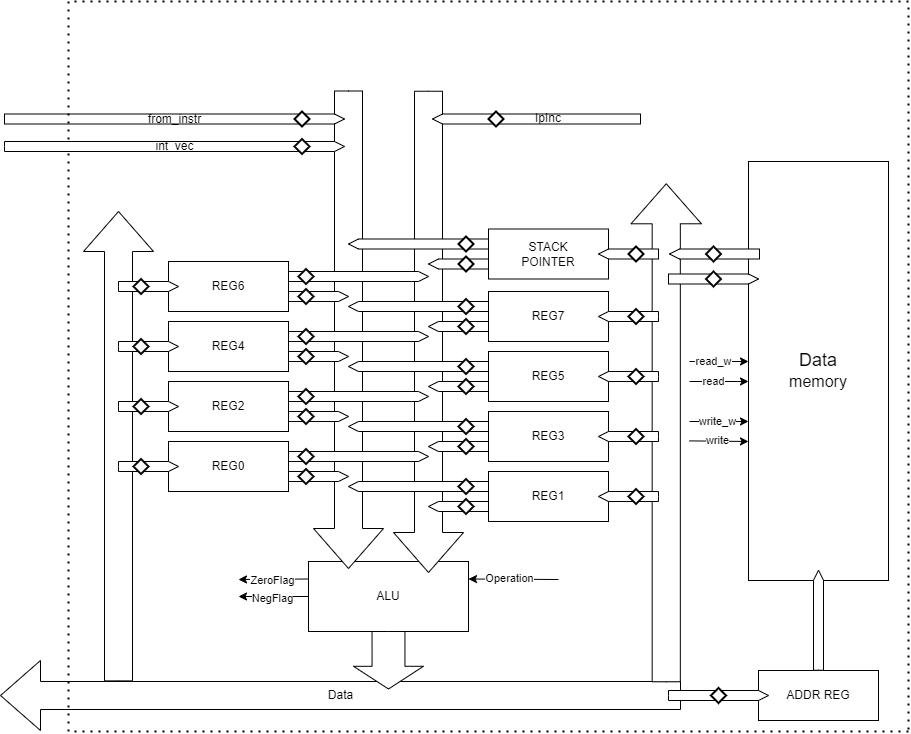
Above: diagrams/datapath_diagram.png in Lannee/ComputerArchitectureLab3 (draw.io), before the change. Source tidied: cells renumbered, new cells last; positions are measured from the earlier drawing's top-left corner, leaving out a move shared by most shapes.
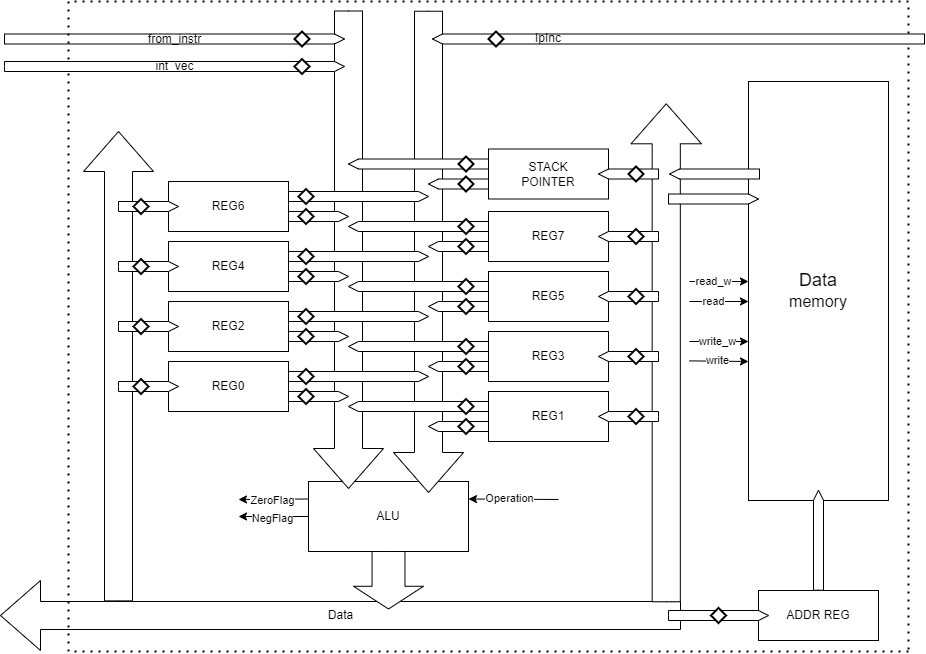
Above is the later version.

The edit, as a diff of the source:
```diff
@@ -225,9 +225,6 @@
     <mxCell id="74" style="html=1;shadow=0;dashed=0;align=center;verticalAlign=middle;shape=mxgraph.arrows2.arrow;dy=0;dx=10;notch=0;rotation=0;" parent="1" vertex="1">
       <mxGeometry x="785" y="272.5" width="90" height="10" as="geometry" />
     </mxCell>
-    <mxCell id="75" style="strokeWidth=2;html=1;shape=mxgraph.flowchart.decision;whiteSpace=wrap;" parent="1" vertex="1">
-      <mxGeometry x="822.5" y="270" width="15" height="15" as="geometry" />
-    </mxCell>
     <mxCell id="76" style="endArrow=classic;html=1;rounded=0;exitX=0;exitY=0.25;exitDx=0;exitDy=0;" parent="1" edge="1" source="3">
       <mxGeometry relative="1" as="geometry">
         <mxPoint x="355" y="578" as="targetPoint" />
@@ -244,8 +241,9 @@
         <mxPoint x="1025" y="730" as="targetPoint" />
         <Array as="points">
           <mxPoint x="185" y="730" />
-          <mxPoint x="185" />
-          <mxPoint x="1025" />
+          <mxPoint x="185" y="80" />
+          <mxPoint x="605" y="80" />
+          <mxPoint x="1025" y="80" />
         </Array>
       </mxGeometry>
     </mxCell>
@@ -272,9 +270,6 @@
     <mxCell id="83" style="html=1;shadow=0;dashed=0;align=center;verticalAlign=middle;shape=mxgraph.arrows2.arrow;dy=0;dx=10;notch=0;rotation=-180;" parent="1" vertex="1">
       <mxGeometry x="786" y="247.5" width="90" height="10" as="geometry" />
     </mxCell>
-    <mxCell id="84" style="strokeWidth=2;html=1;shape=mxgraph.flowchart.decision;whiteSpace=wrap;" parent="1" vertex="1">
-      <mxGeometry x="822.5" y="245" width="15" height="15" as="geometry" />
-    </mxCell>
     <mxCell id="85" style="endArrow=classic;html=1;rounded=0;" parent="1" edge="1">
       <mxGeometry relative="1" as="geometry">
         <mxPoint x="806" y="360" as="sourcePoint" />
@@ -306,7 +301,7 @@
       </mxGeometry>
     </mxCell>
     <mxCell id="91" style="html=1;shadow=0;dashed=0;align=center;verticalAlign=middle;shape=mxgraph.arrows2.arrow;dy=0;dx=10;notch=0;rotation=-180;" parent="1" vertex="1">
-      <mxGeometry x="549" y="112.5" width="208" height="10" as="geometry" />
+      <mxGeometry x="549" y="112.5" width="492" height="10" as="geometry" />
     </mxCell>
     <mxCell id="92" value="&lt;div&gt;&lt;br&gt;&lt;/div&gt;&lt;div&gt;&lt;br&gt;&lt;/div&gt;&lt;div&gt;&lt;br&gt;&lt;/div&gt;&lt;div&gt;&lt;br&gt;&lt;/div&gt;" style="strokeWidth=2;html=1;shape=mxgraph.flowchart.decision;whiteSpace=wrap;" parent="1" vertex="1">
       <mxGeometry x="605" y="110" width="15" height="15" as="geometry" />
```
